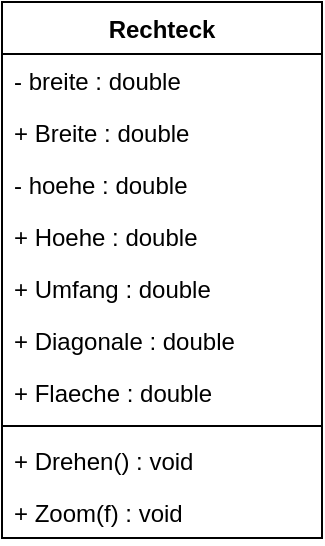
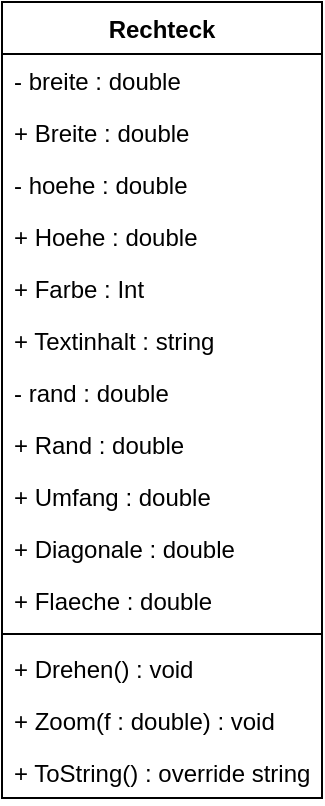
- <mxfile host="app.diagrams.net">
+ <mxfile host="Electron" agent="Mozilla/5.0 (Windows NT 10.0; Win64; x64) AppleWebKit/537.36 (KHTML, like Gecko) draw.io/29.6.1 Chrome/142.0.7444.265 Electron/39.8.0 Safari/537.36" version="29.6.1">
  <diagram name="Seite-1" id="_01ghrW_evZ0Yal8Y0y0">
-     <mxGraphModel dx="1406" dy="786" grid="1" gridSize="10" guides="1" tooltips="1" connect="1" arrows="1" fold="1" page="1" pageScale="1" pageWidth="827" pageHeight="1169" math="0" shadow="0">
+     <mxGraphModel dx="690" dy="593" grid="1" gridSize="10" guides="1" tooltips="1" connect="1" arrows="1" fold="1" page="1" pageScale="1" pageWidth="827" pageHeight="1169" math="0" shadow="0">
      <root>
        <mxCell id="0" />
        <mxCell id="1" parent="0" />
        <mxCell id="hw2wVDox-ibmaer3UkDX-1" parent="1" style="swimlane;fontStyle=1;align=center;verticalAlign=top;childLayout=stackLayout;horizontal=1;startSize=26;horizontalStack=0;resizeParent=1;resizeParentMax=0;resizeLast=0;collapsible=1;marginBottom=0;whiteSpace=wrap;html=1;" value="Rechteck" vertex="1">
-           <mxGeometry height="268" width="160" x="350" y="210" as="geometry" />
+           <mxGeometry height="398" width="160" x="350" y="210" as="geometry" />
        </mxCell>
        <mxCell id="hw2wVDox-ibmaer3UkDX-2" parent="hw2wVDox-ibmaer3UkDX-1" style="text;strokeColor=none;fillColor=none;align=left;verticalAlign=top;spacingLeft=4;spacingRight=4;overflow=hidden;rotatable=0;points=[[0,0.5],[1,0.5]];portConstraint=eastwest;whiteSpace=wrap;html=1;" value="- breite : double" vertex="1">
          <mxGeometry height="26" width="160" y="26" as="geometry" />
        </mxCell>
        <mxCell id="hw2wVDox-ibmaer3UkDX-7" parent="hw2wVDox-ibmaer3UkDX-1" style="text;strokeColor=none;fillColor=none;align=left;verticalAlign=top;spacingLeft=4;spacingRight=4;overflow=hidden;rotatable=0;points=[[0,0.5],[1,0.5]];portConstraint=eastwest;whiteSpace=wrap;html=1;" value="+ Breite : double" vertex="1">
          <mxGeometry height="26" width="160" y="52" as="geometry" />
        </mxCell>
        <mxCell id="hw2wVDox-ibmaer3UkDX-5" parent="hw2wVDox-ibmaer3UkDX-1" style="text;strokeColor=none;fillColor=none;align=left;verticalAlign=top;spacingLeft=4;spacingRight=4;overflow=hidden;rotatable=0;points=[[0,0.5],[1,0.5]];portConstraint=eastwest;whiteSpace=wrap;html=1;" value="- hoehe : double" vertex="1">
          <mxGeometry height="26" width="160" y="78" as="geometry" />
        </mxCell>
        <mxCell id="hw2wVDox-ibmaer3UkDX-6" parent="hw2wVDox-ibmaer3UkDX-1" style="text;strokeColor=none;fillColor=none;align=left;verticalAlign=top;spacingLeft=4;spacingRight=4;overflow=hidden;rotatable=0;points=[[0,0.5],[1,0.5]];portConstraint=eastwest;whiteSpace=wrap;html=1;" value="+ Hoehe : double" vertex="1">
          <mxGeometry height="26" width="160" y="104" as="geometry" />
        </mxCell>
-         <mxCell id="hw2wVDox-ibmaer3UkDX-8" parent="hw2wVDox-ibmaer3UkDX-1" style="text;strokeColor=none;fillColor=none;align=left;verticalAlign=top;spacingLeft=4;spacingRight=4;overflow=hidden;rotatable=0;points=[[0,0.5],[1,0.5]];portConstraint=eastwest;whiteSpace=wrap;html=1;" value="+ Umfang : double" vertex="1">
+         <mxCell id="dyj3jQOD3josK31y7P3J-1" parent="hw2wVDox-ibmaer3UkDX-1" style="text;strokeColor=none;fillColor=none;align=left;verticalAlign=top;spacingLeft=4;spacingRight=4;overflow=hidden;rotatable=0;points=[[0,0.5],[1,0.5]];portConstraint=eastwest;whiteSpace=wrap;html=1;" value="+ Farbe : Int" vertex="1">
          <mxGeometry height="26" width="160" y="130" as="geometry" />
        </mxCell>
-         <mxCell id="hw2wVDox-ibmaer3UkDX-9" parent="hw2wVDox-ibmaer3UkDX-1" style="text;strokeColor=none;fillColor=none;align=left;verticalAlign=top;spacingLeft=4;spacingRight=4;overflow=hidden;rotatable=0;points=[[0,0.5],[1,0.5]];portConstraint=eastwest;whiteSpace=wrap;html=1;" value="+ Diagonale : double" vertex="1">
+         <mxCell id="dyj3jQOD3josK31y7P3J-2" parent="hw2wVDox-ibmaer3UkDX-1" style="text;strokeColor=none;fillColor=none;align=left;verticalAlign=top;spacingLeft=4;spacingRight=4;overflow=hidden;rotatable=0;points=[[0,0.5],[1,0.5]];portConstraint=eastwest;whiteSpace=wrap;html=1;" value="+ Textinhalt : string" vertex="1">
          <mxGeometry height="26" width="160" y="156" as="geometry" />
        </mxCell>
-         <mxCell id="hw2wVDox-ibmaer3UkDX-10" parent="hw2wVDox-ibmaer3UkDX-1" style="text;strokeColor=none;fillColor=none;align=left;verticalAlign=top;spacingLeft=4;spacingRight=4;overflow=hidden;rotatable=0;points=[[0,0.5],[1,0.5]];portConstraint=eastwest;whiteSpace=wrap;html=1;" value="+ Flaeche : double" vertex="1">
+         <mxCell id="dyj3jQOD3josK31y7P3J-3" parent="hw2wVDox-ibmaer3UkDX-1" style="text;strokeColor=none;fillColor=none;align=left;verticalAlign=top;spacingLeft=4;spacingRight=4;overflow=hidden;rotatable=0;points=[[0,0.5],[1,0.5]];portConstraint=eastwest;whiteSpace=wrap;html=1;" value="- rand : double" vertex="1">
          <mxGeometry height="26" width="160" y="182" as="geometry" />
        </mxCell>
+         <mxCell id="dyj3jQOD3josK31y7P3J-4" parent="hw2wVDox-ibmaer3UkDX-1" style="text;strokeColor=none;fillColor=none;align=left;verticalAlign=top;spacingLeft=4;spacingRight=4;overflow=hidden;rotatable=0;points=[[0,0.5],[1,0.5]];portConstraint=eastwest;whiteSpace=wrap;html=1;" value="+ Rand : double" vertex="1">
+           <mxGeometry height="26" width="160" y="208" as="geometry" />
+         </mxCell>
+         <mxCell id="hw2wVDox-ibmaer3UkDX-8" parent="hw2wVDox-ibmaer3UkDX-1" style="text;strokeColor=none;fillColor=none;align=left;verticalAlign=top;spacingLeft=4;spacingRight=4;overflow=hidden;rotatable=0;points=[[0,0.5],[1,0.5]];portConstraint=eastwest;whiteSpace=wrap;html=1;" value="+ Umfang : double" vertex="1">
+           <mxGeometry height="26" width="160" y="234" as="geometry" />
+         </mxCell>
+         <mxCell id="hw2wVDox-ibmaer3UkDX-9" parent="hw2wVDox-ibmaer3UkDX-1" style="text;strokeColor=none;fillColor=none;align=left;verticalAlign=top;spacingLeft=4;spacingRight=4;overflow=hidden;rotatable=0;points=[[0,0.5],[1,0.5]];portConstraint=eastwest;whiteSpace=wrap;html=1;" value="+ Diagonale : double" vertex="1">
+           <mxGeometry height="26" width="160" y="260" as="geometry" />
+         </mxCell>
+         <mxCell id="hw2wVDox-ibmaer3UkDX-10" parent="hw2wVDox-ibmaer3UkDX-1" style="text;strokeColor=none;fillColor=none;align=left;verticalAlign=top;spacingLeft=4;spacingRight=4;overflow=hidden;rotatable=0;points=[[0,0.5],[1,0.5]];portConstraint=eastwest;whiteSpace=wrap;html=1;" value="+ Flaeche : double" vertex="1">
+           <mxGeometry height="26" width="160" y="286" as="geometry" />
+         </mxCell>
        <mxCell id="hw2wVDox-ibmaer3UkDX-3" parent="hw2wVDox-ibmaer3UkDX-1" style="line;strokeWidth=1;fillColor=none;align=left;verticalAlign=middle;spacingTop=-1;spacingLeft=3;spacingRight=3;rotatable=0;labelPosition=right;points=[];portConstraint=eastwest;strokeColor=inherit;" value="" vertex="1">
-           <mxGeometry height="8" width="160" y="208" as="geometry" />
+           <mxGeometry height="8" width="160" y="312" as="geometry" />
        </mxCell>
        <mxCell id="hw2wVDox-ibmaer3UkDX-4" parent="hw2wVDox-ibmaer3UkDX-1" style="text;strokeColor=none;fillColor=none;align=left;verticalAlign=top;spacingLeft=4;spacingRight=4;overflow=hidden;rotatable=0;points=[[0,0.5],[1,0.5]];portConstraint=eastwest;whiteSpace=wrap;html=1;" value="+ Drehen() : void" vertex="1">
-           <mxGeometry height="26" width="160" y="216" as="geometry" />
+           <mxGeometry height="26" width="160" y="320" as="geometry" />
        </mxCell>
-         <mxCell id="hw2wVDox-ibmaer3UkDX-11" parent="hw2wVDox-ibmaer3UkDX-1" style="text;strokeColor=none;fillColor=none;align=left;verticalAlign=top;spacingLeft=4;spacingRight=4;overflow=hidden;rotatable=0;points=[[0,0.5],[1,0.5]];portConstraint=eastwest;whiteSpace=wrap;html=1;" value="+ Zoom(f) : void" vertex="1">
-           <mxGeometry height="26" width="160" y="242" as="geometry" />
+         <mxCell id="hw2wVDox-ibmaer3UkDX-11" parent="hw2wVDox-ibmaer3UkDX-1" style="text;strokeColor=none;fillColor=none;align=left;verticalAlign=top;spacingLeft=4;spacingRight=4;overflow=hidden;rotatable=0;points=[[0,0.5],[1,0.5]];portConstraint=eastwest;whiteSpace=wrap;html=1;" value="+ Zoom(f : double) : void" vertex="1">
+           <mxGeometry height="26" width="160" y="346" as="geometry" />
+         </mxCell>
+         <mxCell id="dyj3jQOD3josK31y7P3J-5" parent="hw2wVDox-ibmaer3UkDX-1" style="text;strokeColor=none;fillColor=none;align=left;verticalAlign=top;spacingLeft=4;spacingRight=4;overflow=hidden;rotatable=0;points=[[0,0.5],[1,0.5]];portConstraint=eastwest;whiteSpace=wrap;html=1;" value="+ ToString() : override string" vertex="1">
+           <mxGeometry height="26" width="160" y="372" as="geometry" />
        </mxCell>
      </root>
    </mxGraphModel>
  </diagram>
</mxfile>
